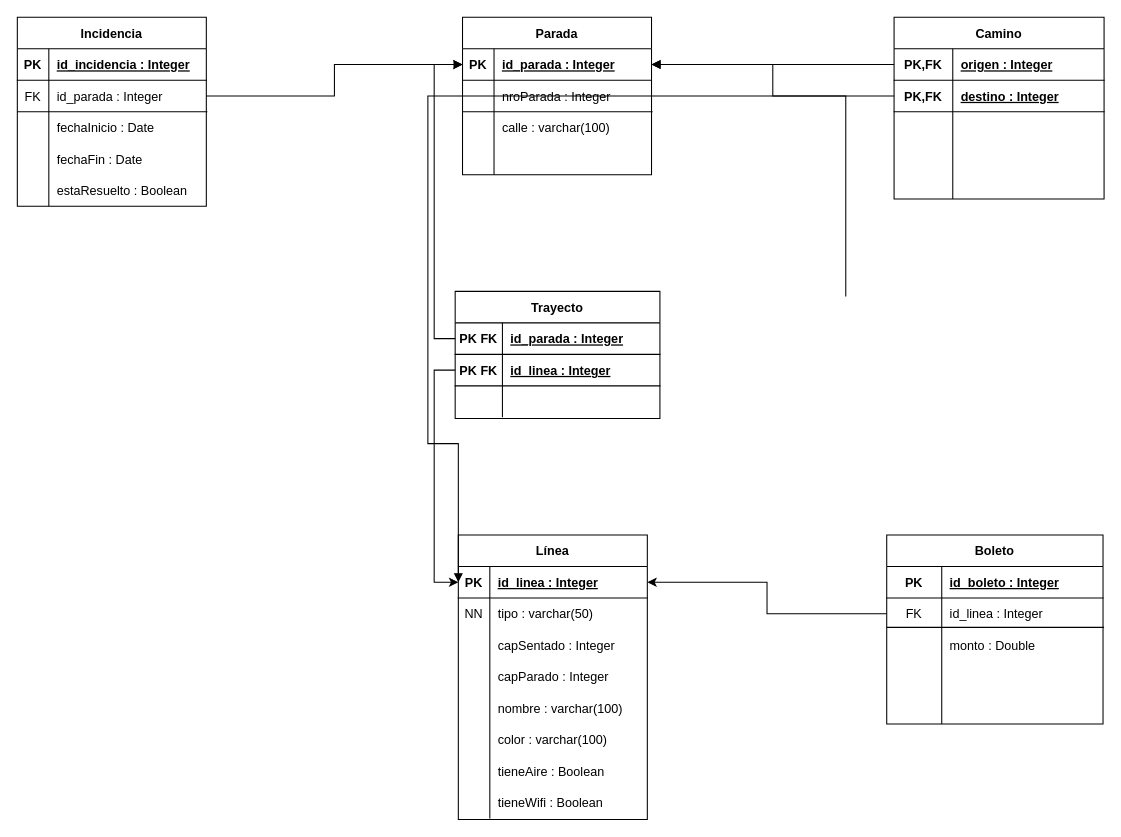
Earlier version of the draw.io diagram tablas.drawio (Totremont/TP-Java-JGraph). Source tidied: cells renumbered, new cells numbered last; positions are measured from the earlier drawing's top-left corner, leaving out a move shared by most shapes. Both pictures are drawn from the tidied source at 105%, with x=0, y=0 at pixel (17, 17).
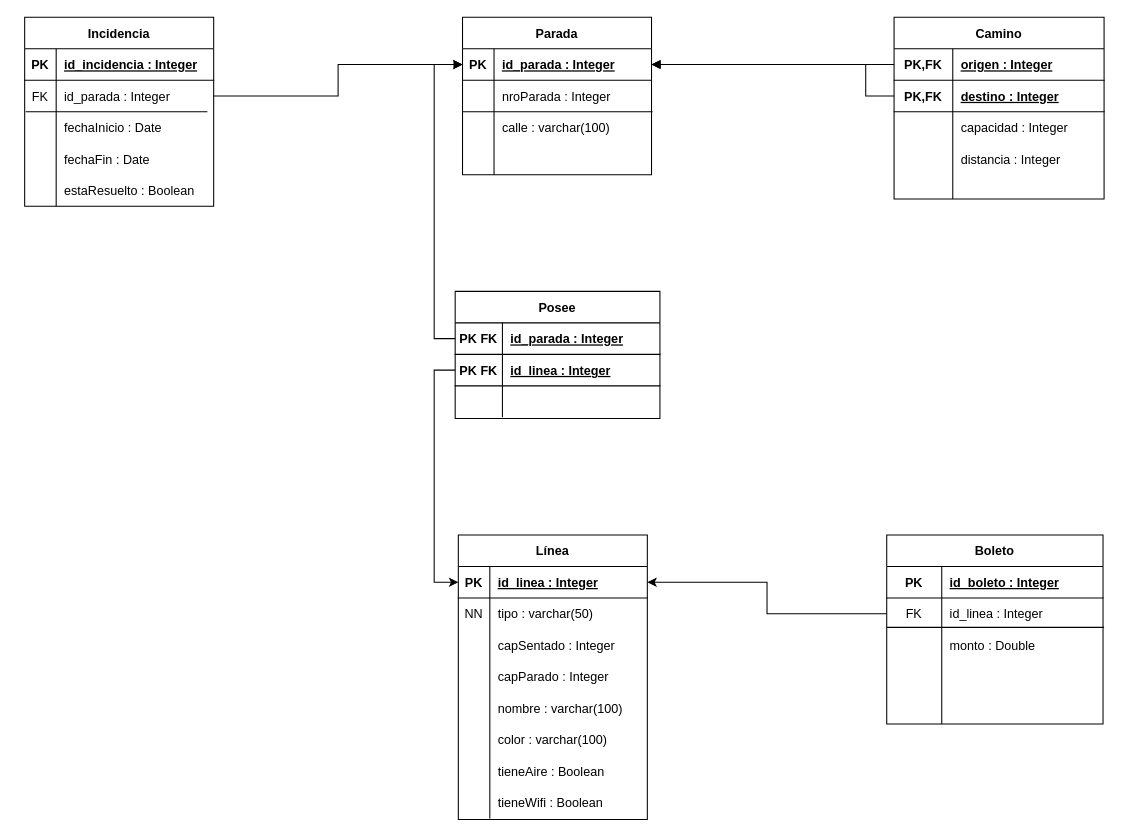
The same diagram, later.

Unchanged cells that the change refers to:
```xml
<mxCell id="19" style="shape=tableRow;horizontal=0;startSize=0;swimlaneHead=0;swimlaneBody=0;fillColor=none;points=[[0,0.5],[1,0.5]];portConstraint=eastwest;top=0;left=0;right=0;bottom=1;" parent="18" vertex="1">
  <mxGeometry y="30" width="180" height="30" as="geometry" />
</mxCell>
<mxCell id="37" style="shape=tableRow;horizontal=0;startSize=0;swimlaneHead=0;swimlaneBody=0;fillColor=none;points=[[0,0.5],[1,0.5]];portConstraint=eastwest;top=0;left=0;right=0;bottom=1;" parent="33" vertex="1">
  <mxGeometry y="60" width="200" height="30" as="geometry" />
</mxCell>
<mxCell id="40" style="shape=tableRow;horizontal=0;startSize=0;swimlaneHead=0;swimlaneBody=0;fillColor=none;top=0;left=0;right=0;bottom=0;" parent="33" vertex="1">
  <mxGeometry y="90" width="200" height="30" as="geometry" />
</mxCell>
<mxCell id="43" style="shape=tableRow;horizontal=0;startSize=0;swimlaneHead=0;swimlaneBody=0;fillColor=none;top=0;left=0;right=0;bottom=0;" parent="33" vertex="1">
  <mxGeometry y="120" width="200" height="30" as="geometry" />
</mxCell>
<mxCell id="52" style="shape=tableRow;horizontal=0;startSize=0;swimlaneHead=0;swimlaneBody=0;fillColor=none;points=[[0,0.5],[1,0.5]];portConstraint=eastwest;top=0;left=0;right=0;bottom=1;" parent="51" vertex="1">
  <mxGeometry y="30" width="180" height="30" as="geometry" />
</mxCell>
```

What changed in the source:
```diff
@@
     <mxCell id="2" value="Incidencia" style="shape=table;startSize=30;childLayout=tableLayout;rowLines=0;fontStyle=1;align=center;" parent="1" vertex="1">
-      <mxGeometry width="180" height="180" as="geometry" />
+      <mxGeometry x="7" width="180" height="180" as="geometry" />
     </mxCell>
@@
-    <mxCell id="42" style="shape=partialRectangle;fillColor=none;top=0;left=0;bottom=0;right=0;align=left;spacingLeft=6;overflow=hidden;" parent="40" vertex="1">
+    <mxCell id="42" value="capacidad : Integer" style="shape=partialRectangle;fillColor=none;top=0;left=0;bottom=0;right=0;align=left;spacingLeft=6;overflow=hidden;" parent="40" vertex="1">
       <mxGeometry x="55.9" width="144.1" height="30" as="geometry" />
     </mxCell>
@@
-    <mxCell id="45" style="shape=partialRectangle;fillColor=none;top=0;left=0;bottom=0;right=0;align=left;spacingLeft=6;overflow=hidden;" parent="43" vertex="1">
+    <mxCell id="45" value="distancia : Integer" style="shape=partialRectangle;fillColor=none;top=0;left=0;bottom=0;right=0;align=left;spacingLeft=6;overflow=hidden;" parent="43" vertex="1">
       <mxGeometry x="55.9" width="144.1" height="30" as="geometry" />
     </mxCell>
@@
     <mxCell id="50" style="line;strokeWidth=1;fillColor=none;align=left;verticalAlign=middle;spacingTop=-1;spacingLeft=3;spacingRight=3;labelPosition=right;" parent="1" vertex="1">
-      <mxGeometry y="86" width="181" height="8" as="geometry" />
+      <mxGeometry x="8" y="86" width="173" height="8" as="geometry" />
     </mxCell>
@@
-    <mxCell id="93" style="html=1;verticalAlign=bottom;endArrow=block;rounded=0;entryX=0;entryY=0.5;entryDx=0;entryDy=0;exitX=0;exitY=0.5;exitDx=0;exitDy=0;edgeStyle=orthogonalEdgeStyle;" parent="1" edge="1" target="52">
-      <mxGeometry relative="1" as="geometry">
-        <mxPoint x="789" y="266" as="sourcePoint" />
-        <Array as="points">
-          <mxPoint x="391" y="75" />
-          <mxPoint x="391" y="406" />
-        </Array>
-      </mxGeometry>
-    </mxCell>
     <mxCell id="94" style="html=1;verticalAlign=bottom;endArrow=block;rounded=0;entryX=1;entryY=0.5;entryDx=0;entryDy=0;exitX=0;exitY=0.5;exitDx=0;exitDy=0;edgeStyle=orthogonalEdgeStyle;" parent="1" edge="1" source="37" target="19">
-      <mxGeometry relative="1" as="geometry" />
+      <mxGeometry relative="1" as="geometry">
+        <Array as="points">
+          <mxPoint x="808" y="75" />
+          <mxPoint x="808" y="45" />
+        </Array>
+      </mxGeometry>
     </mxCell>
-    <mxCell id="95" value="Trayecto" style="shape=table;startSize=30;childLayout=tableLayout;rowLines=0;fontStyle=1;align=center;" parent="1" vertex="1">
+    <mxCell id="95" value="Posee" style="shape=table;startSize=30;childLayout=tableLayout;rowLines=0;fontStyle=1;align=center;" parent="1" vertex="1">
       <mxGeometry x="417" y="261" width="195" height="121" as="geometry" />
     </mxCell>
```
